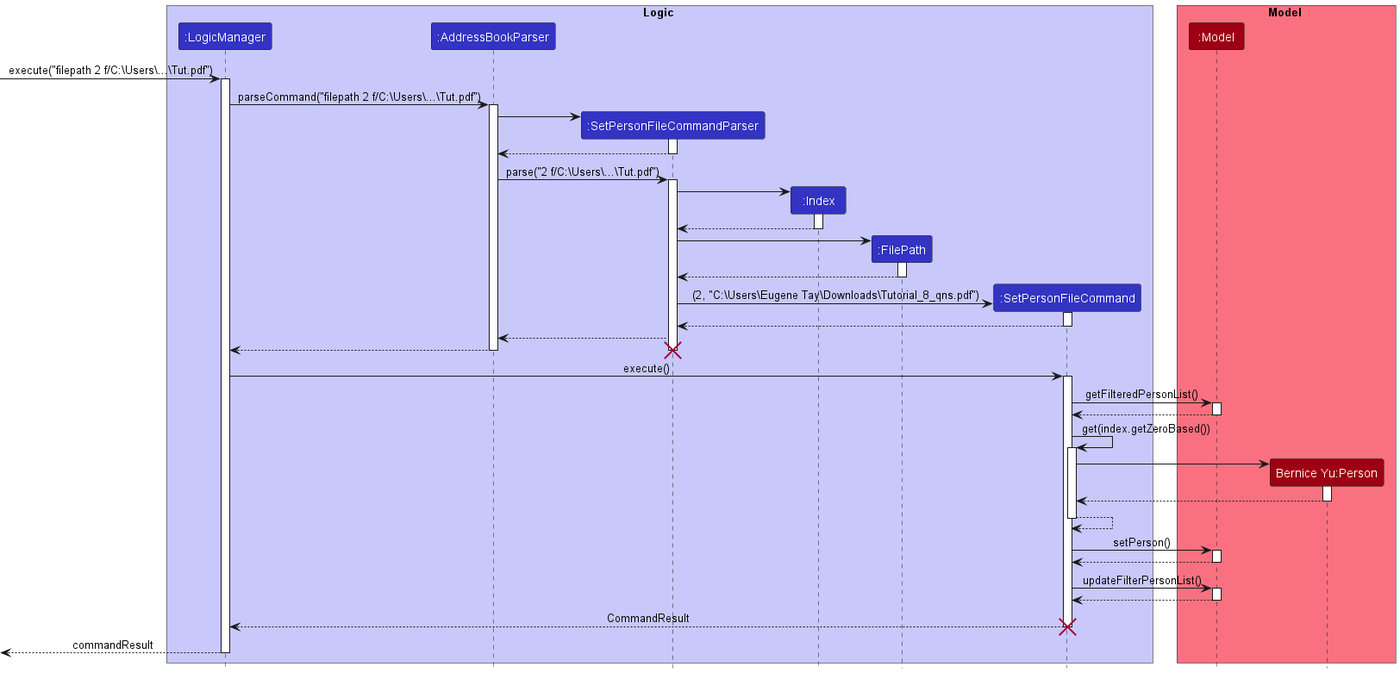
This is docs/images/DeveloperGuide/FilePath/FilePathSequenceDiagram.png from nus-cs2103-AY2223S1/tp, a PlantUML export, as it was before one commit.
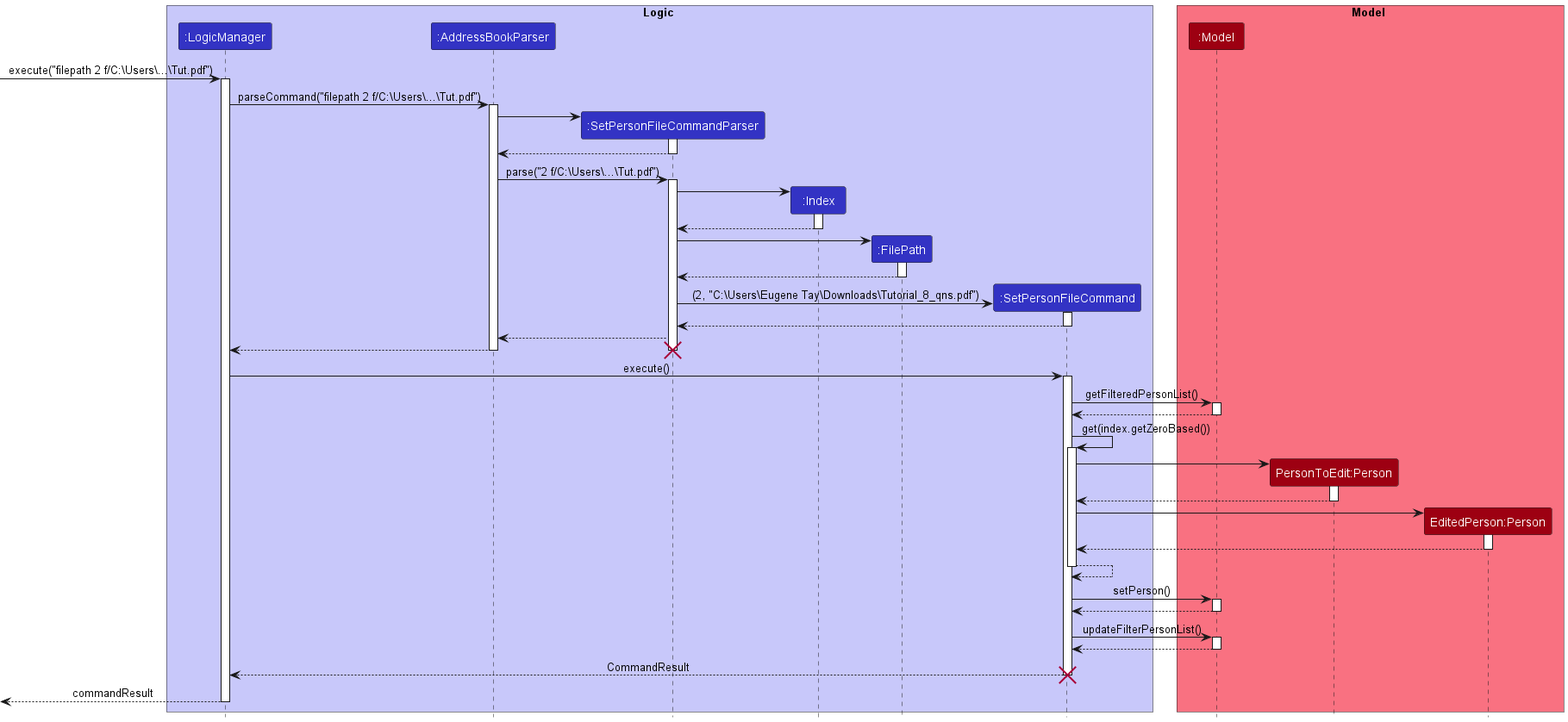
The same diagram one commit later.

Commit message:
Update UML Diagrams

Diff of the diagram source:
```diff
@@ -12,7 +12,8 @@
 
 box Model MODEL_COLOR_T1
 participant ":Model" as Model MODEL_COLOR
-participant "Bernice Yu:Person" as BerniceYu MODEL_COLOR
+participant "PersonToEdit:Person" as personToEdit MODEL_COLOR
+participant "EditedPerson:Person" as EditedPerson MODEL_COLOR
 end box
 
 [-> LogicManager : execute("filepath 2 f/C:\Users\...\Tut.pdf")
@@ -72,12 +73,19 @@
 SetPersonFileCommand -> SetPersonFileCommand : get(index.getZeroBased())
 activate SetPersonFileCommand
 
-create BerniceYu
-SetPersonFileCommand -> BerniceYu
-activate BerniceYu
+create personToEdit
+SetPersonFileCommand -> personToEdit
+activate personToEdit
 
-BerniceYu --> SetPersonFileCommand
-deactivate BerniceYu
+personToEdit --> SetPersonFileCommand
+deactivate personToEdit
+
+Create EditedPerson
+SetPersonFileCommand -> EditedPerson
+activate EditedPerson
+
+EditedPerson --> SetPersonFileCommand
+deactivate EditedPerson
 
 SetPersonFileCommand --> SetPersonFileCommand
 deactivate SetPersonFileCommand
```
